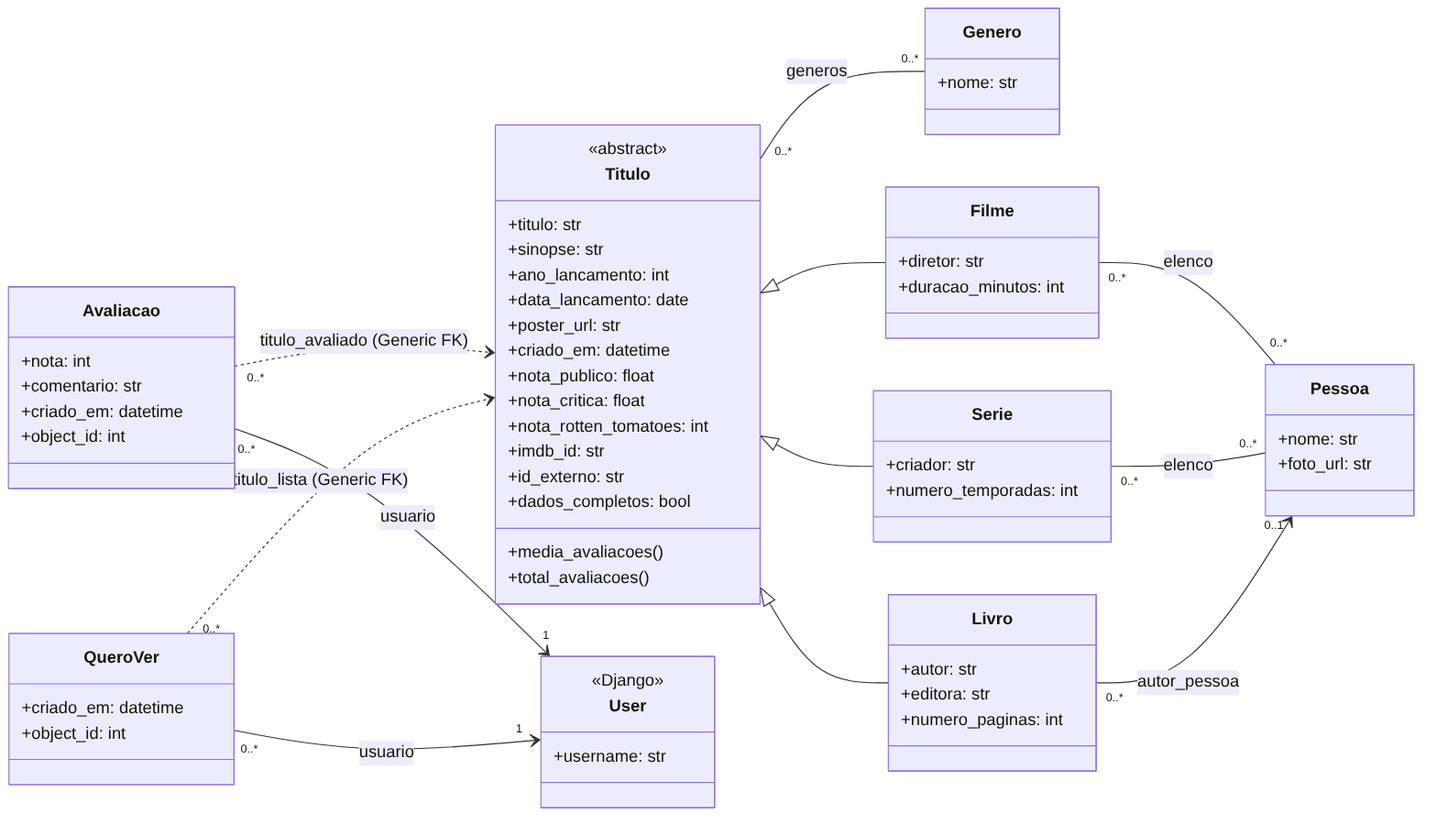
Above: docs/diagrama_classes.png in brNNzzz/cinebooks (Mermaid), before the change. Its source is kept beside it as docs/diagrama_classes.mmd.
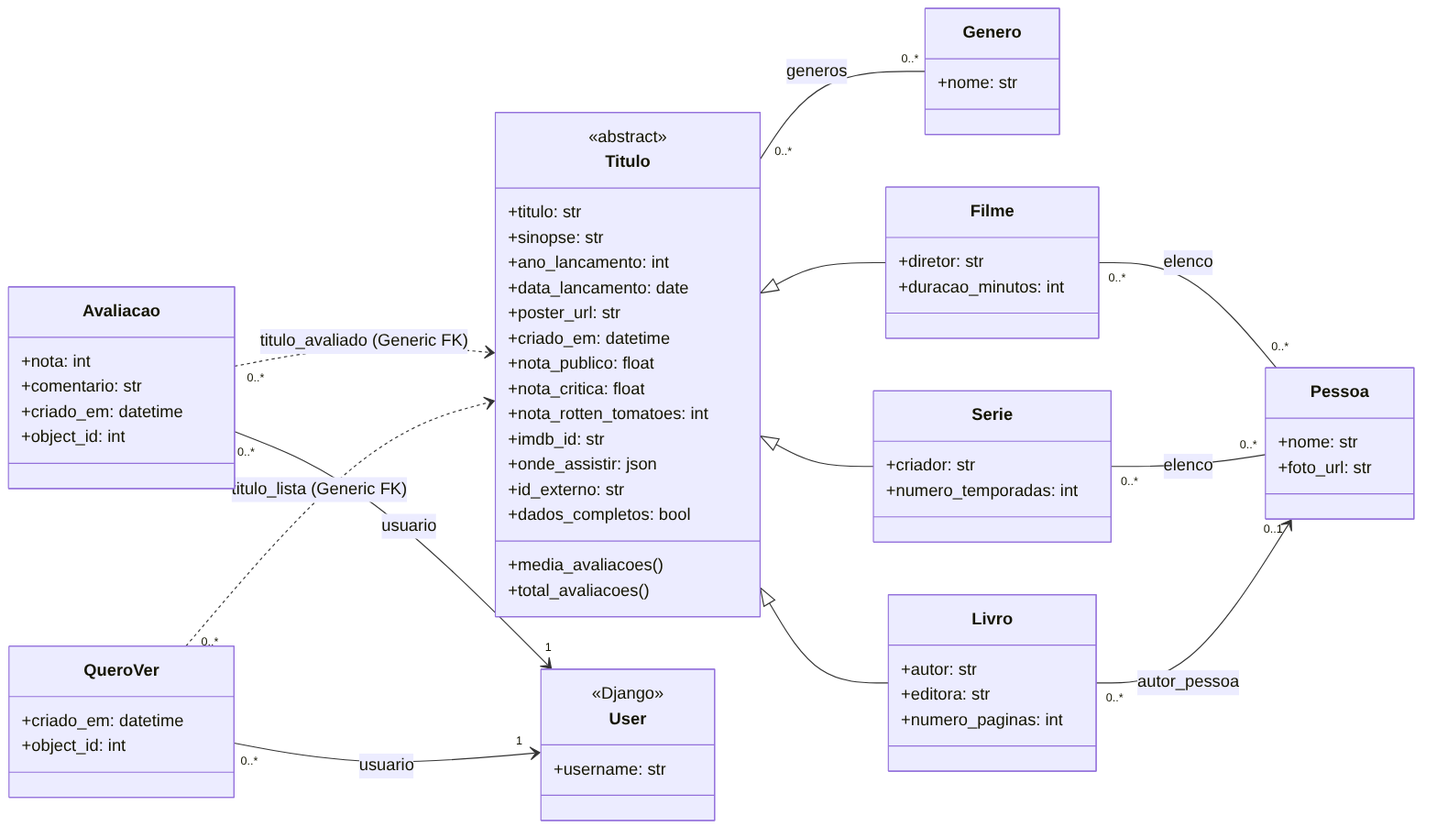
The same file after the commit.

Diff of the diagram source:
```diff
@@ -22,6 +22,7 @@
         +nota_critica: float
         +nota_rotten_tomatoes: int
         +imdb_id: str
+        +onde_assistir: json
         +id_externo: str
         +dados_completos: bool
         +media_avaliacoes()
```
